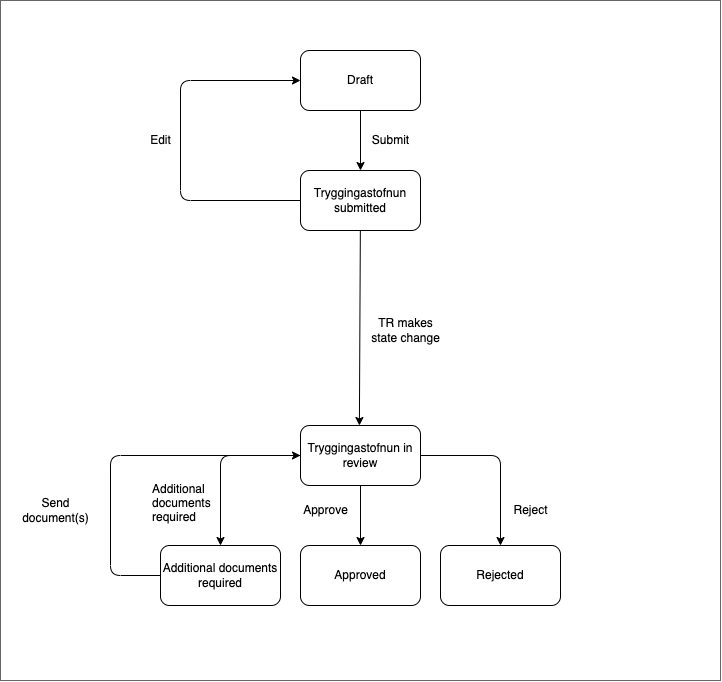
Above: libs/application/templates/social-insurance-administration/old-age-pension/assets/old-age-pension-flow-chart.png in island-is/island.is (draw.io), before the change. Source tidied: cells renumbered, new cells last; positions are measured from the earlier drawing's top-left corner, leaving out a move shared by most shapes. Its diagram source:
```xml
<mxGraphModel>
  <root>
    <mxCell id="0" />
    <mxCell id="1" parent="0" />
    <mxCell id="2" style="whiteSpace=wrap;html=1;fillColor=#FFFFFF;gradientColor=none;strokeColor=#666666;" parent="1" vertex="1">
      <mxGeometry width="720" height="680" as="geometry" />
    </mxCell>
    <mxCell id="3" value="Draft" style="rounded=1;whiteSpace=wrap;html=1;fillColor=#FFFFFF;strokeColor=#000000;fontColor=#000000;" parent="1" vertex="1">
      <mxGeometry x="300" y="50" width="120" height="60" as="geometry" />
    </mxCell>
    <mxCell id="4" value="Tryggingastofnun submitted" style="rounded=1;whiteSpace=wrap;html=1;fillColor=#FFFFFF;strokeColor=#000000;fontColor=#000000;" parent="1" vertex="1">
      <mxGeometry x="300" y="170" width="120" height="60" as="geometry" />
    </mxCell>
    <mxCell id="5" value="Tryggingastofnun in review" style="rounded=1;whiteSpace=wrap;html=1;fillColor=#FFFFFF;strokeColor=#000000;fontColor=#000000;" parent="1" vertex="1">
      <mxGeometry x="300" y="425" width="120" height="60" as="geometry" />
    </mxCell>
    <mxCell id="6" value="Additional documents required" style="rounded=1;whiteSpace=wrap;html=1;fillColor=#FFFFFF;strokeColor=#000000;fontColor=#000000;" parent="1" vertex="1">
      <mxGeometry x="160" y="545" width="120" height="60" as="geometry" />
    </mxCell>
    <mxCell id="7" value="Approved" style="rounded=1;whiteSpace=wrap;html=1;fillColor=#FFFFFF;strokeColor=#000000;fontColor=#000000;" parent="1" vertex="1">
      <mxGeometry x="300" y="545" width="120" height="60" as="geometry" />
    </mxCell>
    <mxCell id="8" style="endArrow=classic;html=1;entryX=0.5;entryY=0;entryDx=0;entryDy=0;exitX=0.5;exitY=1;exitDx=0;exitDy=0;fontColor=#FFFFFF;strokeColor=#000000;" parent="1" edge="1" source="3" target="4">
      <mxGeometry relative="1" as="geometry" />
    </mxCell>
    <mxCell id="9" style="endArrow=classic;html=1;exitX=0;exitY=0.5;exitDx=0;exitDy=0;fontColor=#FFFFFF;strokeColor=#000000;entryX=0.5;entryY=0;entryDx=0;entryDy=0;" parent="1" edge="1" source="5" target="6">
      <mxGeometry relative="1" as="geometry">
        <Array as="points">
          <mxPoint x="220" y="455" />
        </Array>
      </mxGeometry>
    </mxCell>
    <mxCell id="10" style="endArrow=classic;html=1;entryX=0;entryY=0.5;entryDx=0;entryDy=0;exitX=0;exitY=0.5;exitDx=0;exitDy=0;fontColor=#FFFFFF;strokeColor=#000000;" parent="1" edge="1" source="6" target="5">
      <mxGeometry relative="1" as="geometry">
        <Array as="points">
          <mxPoint x="110" y="575" />
          <mxPoint x="110" y="455" />
        </Array>
      </mxGeometry>
    </mxCell>
    <mxCell id="11" style="endArrow=classic;html=1;exitX=0;exitY=0.5;exitDx=0;exitDy=0;fontColor=#FFFFFF;strokeColor=#000000;entryX=0;entryY=0.5;entryDx=0;entryDy=0;" parent="1" edge="1" source="4" target="3">
      <mxGeometry relative="1" as="geometry">
        <Array as="points">
          <mxPoint x="180" y="200" />
          <mxPoint x="180" y="80" />
        </Array>
      </mxGeometry>
    </mxCell>
    <mxCell id="12" value="Edit" style="text;html=1;align=center;verticalAlign=middle;strokeColor=none;fillColor=none;fontColor=#000000;" parent="1" vertex="1">
      <mxGeometry x="140" y="125" width="40" height="30" as="geometry" />
    </mxCell>
    <mxCell id="13" value="Reject" style="text;html=1;align=center;verticalAlign=middle;strokeColor=none;fillColor=none;fontColor=#000000;" parent="1" vertex="1">
      <mxGeometry x="500" y="495" width="60" height="30" as="geometry" />
    </mxCell>
    <mxCell id="14" value="Submit" style="text;html=1;align=center;verticalAlign=middle;strokeColor=none;fillColor=none;fontColor=#000000;" parent="1" vertex="1">
      <mxGeometry x="360" y="125" width="60" height="30" as="geometry" />
    </mxCell>
    <mxCell id="15" value="Additional&#10;documents &#10;required" style="text;fontColor=#000000;" parent="1" vertex="1">
      <mxGeometry x="150" y="475" width="65" height="50" as="geometry" />
    </mxCell>
    <mxCell id="16" value="Approve" style="text;html=1;align=center;verticalAlign=middle;strokeColor=none;fillColor=none;fontColor=#000000;" parent="1" vertex="1">
      <mxGeometry x="290" y="495" width="70" height="30" as="geometry" />
    </mxCell>
    <mxCell id="17" value="Send &lt;br&gt;document(s)" style="text;html=1;align=center;verticalAlign=middle;strokeColor=none;fillColor=none;fontColor=#000000;" parent="1" vertex="1">
      <mxGeometry x="10" y="490" width="90" height="40" as="geometry" />
    </mxCell>
    <mxCell id="18" value="Rejected" style="rounded=1;whiteSpace=wrap;html=1;fillColor=#FFFFFF;strokeColor=#000000;fontColor=#000000;" parent="1" vertex="1">
      <mxGeometry x="440" y="545" width="120" height="60" as="geometry" />
    </mxCell>
    <mxCell id="19" style="endArrow=classic;html=1;exitX=0.5;exitY=1;exitDx=0;exitDy=0;fontColor=#FFFFFF;strokeColor=#000000;entryX=0.5;entryY=0;entryDx=0;entryDy=0;" parent="1" edge="1" source="5" target="7">
      <mxGeometry relative="1" as="geometry" />
    </mxCell>
    <mxCell id="20" style="endArrow=classic;html=1;exitX=1;exitY=0.5;exitDx=0;exitDy=0;fontColor=#FFFFFF;strokeColor=#000000;entryX=0.5;entryY=0;entryDx=0;entryDy=0;" parent="1" edge="1" source="5" target="18">
      <mxGeometry relative="1" as="geometry">
        <Array as="points">
          <mxPoint x="500" y="455" />
        </Array>
      </mxGeometry>
    </mxCell>
    <mxCell id="21" value="TR makes &lt;br&gt;state change" style="text;html=1;align=center;verticalAlign=middle;strokeColor=none;fillColor=none;fontColor=#000000;" parent="1" vertex="1">
      <mxGeometry x="360" y="310" width="90" height="40" as="geometry" />
    </mxCell>
    <mxCell id="22" style="endArrow=classic;html=1;fontColor=#FFFFFF;strokeColor=#000000;entryX=0.5;entryY=0;entryDx=0;entryDy=0;" parent="1" edge="1" source="4">
      <mxGeometry relative="1" as="geometry">
        <mxPoint x="358.9" y="425" as="targetPoint" />
      </mxGeometry>
    </mxCell>
  </root>
</mxGraphModel>
```
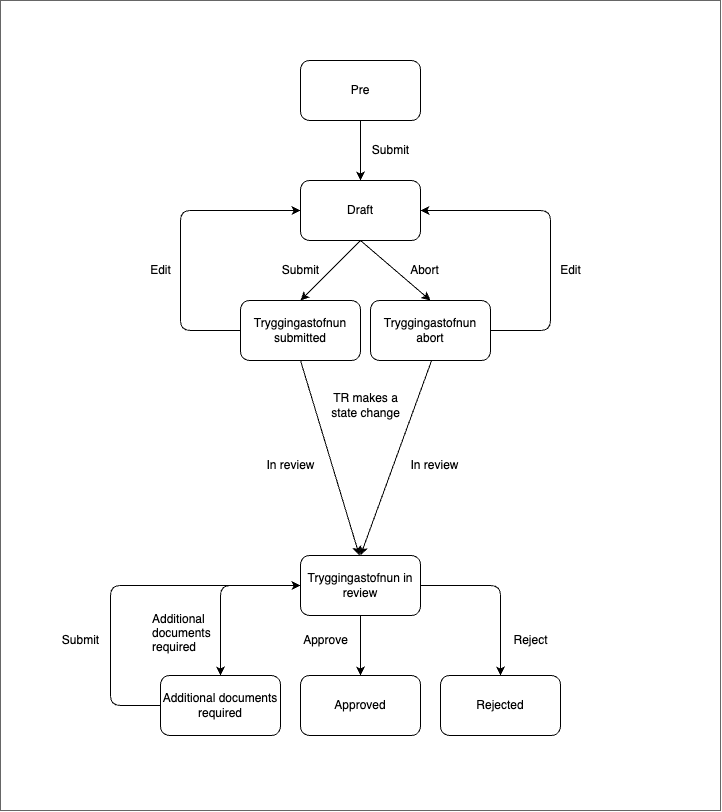
Above is the later version.

Commit message:
update flow chart and lifecycles

What changed in the source:
```diff
@@ -3,21 +3,21 @@
     <mxCell id="0" />
     <mxCell id="1" parent="0" />
     <mxCell id="2" style="whiteSpace=wrap;html=1;fillColor=#FFFFFF;gradientColor=none;strokeColor=#666666;" parent="1" vertex="1">
-      <mxGeometry width="720" height="680" as="geometry" />
+      <mxGeometry y="-130" width="720" height="810" as="geometry" />
     </mxCell>
-    <mxCell id="3" value="Draft" style="rounded=1;whiteSpace=wrap;html=1;fillColor=#FFFFFF;strokeColor=#000000;fontColor=#000000;" parent="1" vertex="1">
+    <mxCell id="3" value="Draft" style="rounded=1;whiteSpace=wrap;html=1;" parent="1" vertex="1">
       <mxGeometry x="300" y="50" width="120" height="60" as="geometry" />
     </mxCell>
-    <mxCell id="4" value="Tryggingastofnun submitted" style="rounded=1;whiteSpace=wrap;html=1;fillColor=#FFFFFF;strokeColor=#000000;fontColor=#000000;" parent="1" vertex="1">
-      <mxGeometry x="300" y="170" width="120" height="60" as="geometry" />
+    <mxCell id="4" value="Tryggingastofnun submitted" style="rounded=1;whiteSpace=wrap;html=1;" parent="1" vertex="1">
+      <mxGeometry x="240" y="170" width="120" height="60" as="geometry" />
     </mxCell>
-    <mxCell id="5" value="Tryggingastofnun in review" style="rounded=1;whiteSpace=wrap;html=1;fillColor=#FFFFFF;strokeColor=#000000;fontColor=#000000;" parent="1" vertex="1">
+    <mxCell id="5" value="Tryggingastofnun in review" style="rounded=1;whiteSpace=wrap;html=1;" parent="1" vertex="1">
       <mxGeometry x="300" y="425" width="120" height="60" as="geometry" />
     </mxCell>
-    <mxCell id="6" value="Additional documents required" style="rounded=1;whiteSpace=wrap;html=1;fillColor=#FFFFFF;strokeColor=#000000;fontColor=#000000;" parent="1" vertex="1">
+    <mxCell id="6" value="Additional documents required" style="rounded=1;whiteSpace=wrap;html=1;" parent="1" vertex="1">
       <mxGeometry x="160" y="545" width="120" height="60" as="geometry" />
     </mxCell>
-    <mxCell id="7" value="Approved" style="rounded=1;whiteSpace=wrap;html=1;fillColor=#FFFFFF;strokeColor=#000000;fontColor=#000000;" parent="1" vertex="1">
+    <mxCell id="7" value="Approved" style="rounded=1;whiteSpace=wrap;html=1;" parent="1" vertex="1">
       <mxGeometry x="300" y="545" width="120" height="60" as="geometry" />
     </mxCell>
     <mxCell id="8" style="endArrow=classic;html=1;entryX=0.5;entryY=0;entryDx=0;entryDy=0;exitX=0.5;exitY=1;exitDx=0;exitDy=0;fontColor=#FFFFFF;strokeColor=#000000;" parent="1" edge="1" source="3" target="4">
@@ -38,8 +38,9 @@
         </Array>
       </mxGeometry>
     </mxCell>
-    <mxCell id="11" style="endArrow=classic;html=1;exitX=0;exitY=0.5;exitDx=0;exitDy=0;fontColor=#FFFFFF;strokeColor=#000000;entryX=0;entryY=0.5;entryDx=0;entryDy=0;" parent="1" edge="1" source="4" target="3">
+    <mxCell id="11" style="endArrow=classic;html=1;fontColor=#FFFFFF;strokeColor=#000000;entryX=0;entryY=0.5;entryDx=0;entryDy=0;" parent="1" edge="1" target="3">
       <mxGeometry relative="1" as="geometry">
+        <mxPoint x="240" y="200" as="sourcePoint" />
         <Array as="points">
           <mxPoint x="180" y="200" />
           <mxPoint x="180" y="80" />
@@ -53,7 +54,7 @@
       <mxGeometry x="500" y="495" width="60" height="30" as="geometry" />
     </mxCell>
     <mxCell id="14" value="Submit" style="text;html=1;align=center;verticalAlign=middle;strokeColor=none;fillColor=none;fontColor=#000000;" parent="1" vertex="1">
-      <mxGeometry x="360" y="125" width="60" height="30" as="geometry" />
+      <mxGeometry x="270" y="125" width="60" height="30" as="geometry" />
     </mxCell>
     <mxCell id="15" value="Additional&#10;documents &#10;required" style="text;fontColor=#000000;" parent="1" vertex="1">
       <mxGeometry x="150" y="475" width="65" height="50" as="geometry" />
@@ -61,10 +62,10 @@
     <mxCell id="16" value="Approve" style="text;html=1;align=center;verticalAlign=middle;strokeColor=none;fillColor=none;fontColor=#000000;" parent="1" vertex="1">
       <mxGeometry x="290" y="495" width="70" height="30" as="geometry" />
     </mxCell>
-    <mxCell id="17" value="Send &lt;br&gt;document(s)" style="text;html=1;align=center;verticalAlign=middle;strokeColor=none;fillColor=none;fontColor=#000000;" parent="1" vertex="1">
-      <mxGeometry x="10" y="490" width="90" height="40" as="geometry" />
+    <mxCell id="17" value="Submit" style="text;html=1;align=center;verticalAlign=middle;strokeColor=none;fillColor=none;fontColor=#000000;" parent="1" vertex="1">
+      <mxGeometry x="50" y="495" width="60" height="30" as="geometry" />
     </mxCell>
-    <mxCell id="18" value="Rejected" style="rounded=1;whiteSpace=wrap;html=1;fillColor=#FFFFFF;strokeColor=#000000;fontColor=#000000;" parent="1" vertex="1">
+    <mxCell id="18" value="Rejected" style="rounded=1;whiteSpace=wrap;html=1;" parent="1" vertex="1">
       <mxGeometry x="440" y="545" width="120" height="60" as="geometry" />
     </mxCell>
     <mxCell id="19" style="endArrow=classic;html=1;exitX=0.5;exitY=1;exitDx=0;exitDy=0;fontColor=#FFFFFF;strokeColor=#000000;entryX=0.5;entryY=0;entryDx=0;entryDy=0;" parent="1" edge="1" source="5" target="7">
@@ -77,13 +78,56 @@
         </Array>
       </mxGeometry>
     </mxCell>
-    <mxCell id="21" value="TR makes &lt;br&gt;state change" style="text;html=1;align=center;verticalAlign=middle;strokeColor=none;fillColor=none;fontColor=#000000;" parent="1" vertex="1">
-      <mxGeometry x="360" y="310" width="90" height="40" as="geometry" />
+    <mxCell id="21" value="TR makes a&lt;br&gt;state change" style="text;html=1;align=center;verticalAlign=middle;strokeColor=none;fillColor=none;fontColor=#000000;" parent="1" vertex="1">
+      <mxGeometry x="320" y="255" width="90" height="40" as="geometry" />
     </mxCell>
-    <mxCell id="22" style="endArrow=classic;html=1;fontColor=#FFFFFF;strokeColor=#000000;entryX=0.5;entryY=0;entryDx=0;entryDy=0;" parent="1" edge="1" source="4">
+    <mxCell id="22" style="endArrow=classic;html=1;fontColor=#FFFFFF;strokeColor=#000000;entryX=0.5;entryY=0;entryDx=0;entryDy=0;exitX=0.5;exitY=1;exitDx=0;exitDy=0;" parent="1" edge="1" source="4">
       <mxGeometry relative="1" as="geometry">
         <mxPoint x="358.9" y="425" as="targetPoint" />
       </mxGeometry>
     </mxCell>
+    <mxCell id="23" value="Pre" style="rounded=1;whiteSpace=wrap;html=1;" parent="1" vertex="1">
+      <mxGeometry x="300" y="-70" width="120" height="60" as="geometry" />
+    </mxCell>
+    <mxCell id="24" style="endArrow=classic;html=1;entryX=0.5;entryY=0;entryDx=0;entryDy=0;exitX=0.5;exitY=1;exitDx=0;exitDy=0;fontColor=#FFFFFF;strokeColor=#000000;" parent="1" edge="1">
+      <mxGeometry relative="1" as="geometry">
+        <mxPoint x="360" y="-10" as="sourcePoint" />
+        <mxPoint x="360" y="50" as="targetPoint" />
+      </mxGeometry>
+    </mxCell>
+    <mxCell id="25" value="Submit" style="text;html=1;align=center;verticalAlign=middle;strokeColor=none;fillColor=none;fontColor=#000000;" parent="1" vertex="1">
+      <mxGeometry x="360" y="5" width="60" height="30" as="geometry" />
+    </mxCell>
+    <mxCell id="26" value="Tryggingastofnun abort" style="rounded=1;whiteSpace=wrap;html=1;" parent="1" vertex="1">
+      <mxGeometry x="370" y="170" width="120" height="60" as="geometry" />
+    </mxCell>
+    <mxCell id="27" style="endArrow=classic;html=1;fontColor=#FFFFFF;strokeColor=#000000;exitX=1;exitY=0.5;exitDx=0;exitDy=0;" parent="1" edge="1" source="26" target="3">
+      <mxGeometry relative="1" as="geometry">
+        <Array as="points">
+          <mxPoint x="550" y="200" />
+          <mxPoint x="550" y="80" />
+        </Array>
+      </mxGeometry>
+    </mxCell>
+    <mxCell id="28" value="Edit" style="text;html=1;align=center;verticalAlign=middle;strokeColor=none;fillColor=none;fontColor=#000000;" parent="1" vertex="1">
+      <mxGeometry x="550" y="125" width="40" height="30" as="geometry" />
+    </mxCell>
+    <mxCell id="29" style="endArrow=classic;html=1;entryX=0.5;entryY=0;entryDx=0;entryDy=0;exitX=0.5;exitY=1;exitDx=0;exitDy=0;fontColor=#FFFFFF;strokeColor=#000000;" parent="1" edge="1" source="3" target="26">
+      <mxGeometry relative="1" as="geometry" />
+    </mxCell>
+    <mxCell id="30" value="Abort" style="text;html=1;align=center;verticalAlign=middle;strokeColor=none;fillColor=none;fontColor=#000000;" parent="1" vertex="1">
+      <mxGeometry x="399" y="125" width="50" height="30" as="geometry" />
+    </mxCell>
+    <mxCell id="31" style="endArrow=classic;html=1;fontColor=#FFFFFF;strokeColor=#000000;entryX=0.5;entryY=0;entryDx=0;entryDy=0;exitX=0.5;exitY=1;exitDx=0;exitDy=0;" parent="1" edge="1" target="5">
+      <mxGeometry relative="1" as="geometry">
+        <mxPoint x="431.1" y="230" as="sourcePoint" />
+      </mxGeometry>
+    </mxCell>
+    <mxCell id="32" value="In review" style="text;html=1;align=center;verticalAlign=middle;strokeColor=none;fillColor=none;fontColor=#000000;" parent="1" vertex="1">
+      <mxGeometry x="255" y="320" width="70" height="30" as="geometry" />
+    </mxCell>
+    <mxCell id="33" value="In review" style="text;html=1;align=center;verticalAlign=middle;strokeColor=none;fillColor=none;fontColor=#000000;" parent="1" vertex="1">
+      <mxGeometry x="399" y="320" width="70" height="30" as="geometry" />
+    </mxCell>
   </root>
 </mxGraphModel>
```
